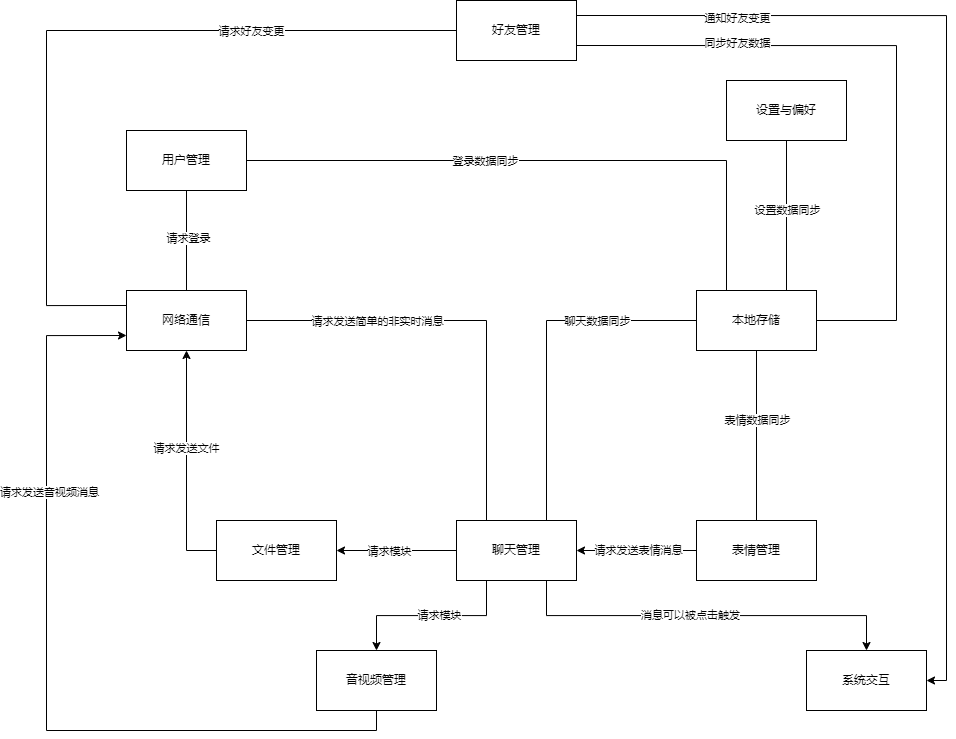
Before: resource/struct.png, a diagram exported from draw.io (somethinggo/QQ). Source tidied: cells renumbered, new cells last; positions are measured from the earlier drawing's top-left corner, leaving out a move shared by most shapes.
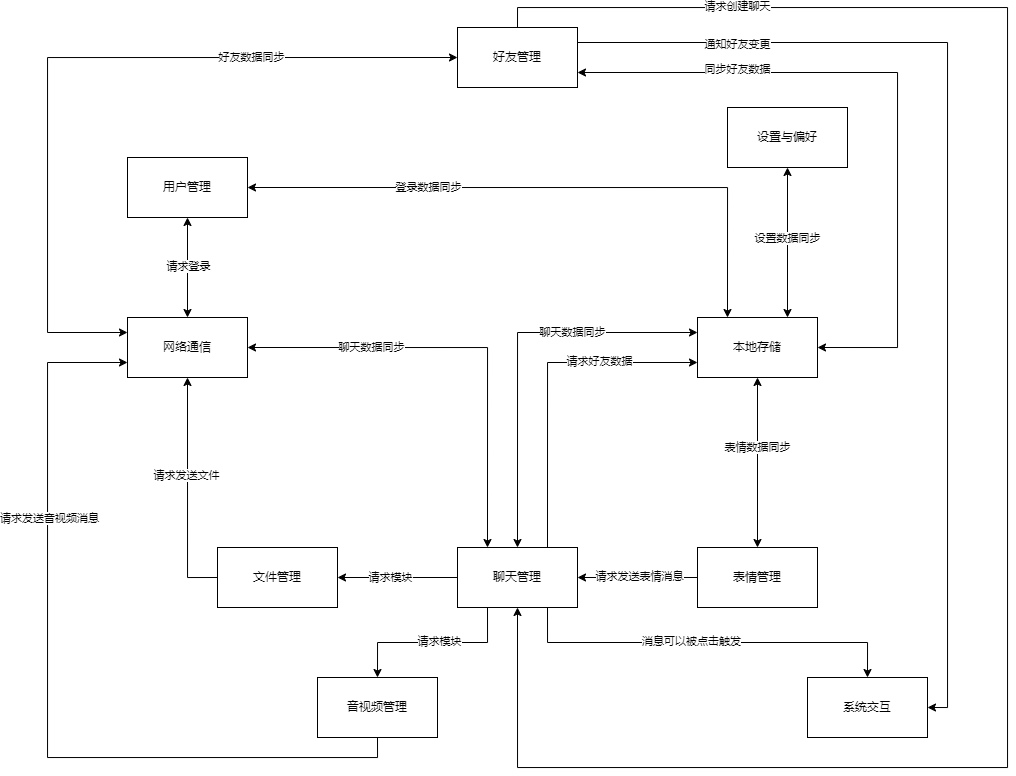
The same file after the commit.

Change to the diagram source:
```diff
@@ -5,22 +5,24 @@
     <mxCell id="2" value="网络通信" style="rounded=0;whiteSpace=wrap;html=1;" parent="1" vertex="1">
       <mxGeometry x="80" y="290" width="120" height="60" as="geometry" />
     </mxCell>
-    <mxCell id="3" style="edgeStyle=orthogonalEdgeStyle;rounded=0;jettySize=auto;html=1;exitX=0.75;exitY=0;exitDx=0;exitDy=0;entryX=0;entryY=0.5;entryDx=0;entryDy=0;endArrow=none;endFill=0;" parent="1" edge="1" source="13" target="20">
-      <mxGeometry relative="1" as="geometry" />
+    <mxCell id="3" style="edgeStyle=orthogonalEdgeStyle;rounded=0;jettySize=auto;html=1;exitX=0.5;exitY=0;exitDx=0;exitDy=0;entryX=0;entryY=0.25;entryDx=0;entryDy=0;endArrow=classic;endFill=1;strokeColor=default;startArrow=classic;startFill=1;" parent="1" edge="1" source="13" target="20">
+      <mxGeometry relative="1" as="geometry">
+        <Array as="points">
+          <mxPoint x="470" y="305" />
+        </Array>
+      </mxGeometry>
     </mxCell>
     <mxCell id="4" value="聊天数据同步" style="edgeLabel;html=1;align=center;verticalAlign=middle;" parent="3" vertex="1">
       <mxGeometry x="0.09" y="3" relative="1" as="geometry">
-        <mxPoint x="53" y="-9" as="offset" />
+        <mxPoint x="55" y="3" as="offset" />
       </mxGeometry>
     </mxCell>
-    <mxCell id="5" style="edgeStyle=orthogonalEdgeStyle;rounded=0;jettySize=auto;html=1;exitX=0.25;exitY=0;exitDx=0;exitDy=0;entryX=1;entryY=0.5;entryDx=0;entryDy=0;endArrow=none;endFill=0;" parent="1" edge="1" source="13" target="2">
+    <mxCell id="5" style="edgeStyle=orthogonalEdgeStyle;rounded=0;jettySize=auto;html=1;exitX=0.25;exitY=0;exitDx=0;exitDy=0;entryX=1;entryY=0.5;entryDx=0;entryDy=0;endArrow=classic;endFill=1;startArrow=classic;startFill=1;" parent="1" edge="1" source="13" target="2">
       <mxGeometry relative="1" as="geometry" />
     </mxCell>
-    <mxCell id="6" value="请求发送简单的非实时消息" style="edgeLabel;html=1;align=center;verticalAlign=middle;" parent="5" vertex="1">
-      <mxGeometry x="0.31" y="-2" relative="1" as="geometry">
-        <mxPoint x="-22" y="2" as="offset" />
-      </mxGeometry>
-    </mxCell>
+    <mxCell id="42" value="聊天数据同步" style="edgeLabel;html=1;align=center;verticalAlign=middle;" parent="5" vertex="1">
+      <mxGeometry x="0.44" relative="1" as="geometry" />
+    </mxCell>
     <mxCell id="7" style="edgeStyle=orthogonalEdgeStyle;rounded=0;jettySize=auto;html=1;exitX=0.25;exitY=1;exitDx=0;exitDy=0;entryX=0.5;entryY=0;entryDx=0;entryDy=0;" parent="1" edge="1" source="13" target="16">
       <mxGeometry relative="1" as="geometry" />
     </mxCell>
@@ -39,6 +41,12 @@
     <mxCell id="12" value="消息可以被点击触发" style="edgeLabel;html=1;align=center;verticalAlign=middle;" parent="11" vertex="1">
       <mxGeometry x="-0.08" y="1" relative="1" as="geometry" />
     </mxCell>
+    <mxCell id="43" style="edgeStyle=orthogonalEdgeStyle;rounded=0;jettySize=auto;html=1;exitX=0.75;exitY=0;exitDx=0;exitDy=0;entryX=0;entryY=0.75;entryDx=0;entryDy=0;" parent="1" edge="1" source="13" target="20">
+      <mxGeometry relative="1" as="geometry" />
+    </mxCell>
+    <mxCell id="44" value="请求好友数据" style="edgeLabel;html=1;align=center;verticalAlign=middle;" parent="43" vertex="1">
+      <mxGeometry x="0.42" y="1" relative="1" as="geometry" />
+    </mxCell>
     <mxCell id="13" value="聊天管理" style="rounded=0;whiteSpace=wrap;html=1;" parent="1" vertex="1">
       <mxGeometry x="410" y="520" width="120" height="60" as="geometry" />
     </mxCell>
@@ -75,7 +83,7 @@
     <mxCell id="22" value="请求发送表情消息" style="edgeLabel;html=1;align=center;verticalAlign=middle;" parent="21" vertex="1">
       <mxGeometry x="-0.03" y="-1" relative="1" as="geometry" />
     </mxCell>
-    <mxCell id="23" style="edgeStyle=orthogonalEdgeStyle;rounded=0;jettySize=auto;html=1;entryX=0.5;entryY=1;entryDx=0;entryDy=0;endArrow=none;endFill=0;exitX=0.5;exitY=0;exitDx=0;exitDy=0;" parent="1" edge="1" source="25" target="20">
+    <mxCell id="23" style="edgeStyle=orthogonalEdgeStyle;rounded=0;jettySize=auto;html=1;entryX=0.5;entryY=1;entryDx=0;entryDy=0;endArrow=classic;endFill=1;exitX=0.5;exitY=0;exitDx=0;exitDy=0;startArrow=classic;startFill=1;" parent="1" edge="1" source="25" target="20">
       <mxGeometry relative="1" as="geometry" />
     </mxCell>
     <mxCell id="24" value="表情数据同步" style="edgeLabel;html=1;align=center;verticalAlign=middle;" parent="23" vertex="1">
@@ -89,7 +97,7 @@
     <mxCell id="26" value="系统交互" style="rounded=0;whiteSpace=wrap;html=1;" parent="1" vertex="1">
       <mxGeometry x="760" y="650" width="120" height="60" as="geometry" />
     </mxCell>
-    <mxCell id="27" style="edgeStyle=orthogonalEdgeStyle;rounded=0;jettySize=auto;html=1;exitX=0.5;exitY=1;exitDx=0;exitDy=0;entryX=0.75;entryY=0;entryDx=0;entryDy=0;endArrow=none;endFill=0;" parent="1" edge="1" source="29" target="20">
+    <mxCell id="27" style="edgeStyle=orthogonalEdgeStyle;rounded=0;jettySize=auto;html=1;exitX=0.5;exitY=1;exitDx=0;exitDy=0;entryX=0.75;entryY=0;entryDx=0;entryDy=0;endArrow=classic;endFill=1;startArrow=classic;startFill=1;" parent="1" edge="1" source="29" target="20">
       <mxGeometry relative="1" as="geometry" />
     </mxCell>
     <mxCell id="28" value="设置数据同步" style="edgeLabel;html=1;align=center;verticalAlign=middle;" parent="27" vertex="1">
@@ -100,24 +108,24 @@
     <mxCell id="29" value="设置与偏好" style="rounded=0;whiteSpace=wrap;html=1;" parent="1" vertex="1">
       <mxGeometry x="680" y="80" width="120" height="60" as="geometry" />
     </mxCell>
-    <mxCell id="30" style="edgeStyle=orthogonalEdgeStyle;rounded=0;jettySize=auto;html=1;exitX=0.5;exitY=1;exitDx=0;exitDy=0;entryX=0.5;entryY=0;entryDx=0;entryDy=0;endArrow=none;endFill=0;" parent="1" edge="1" source="34" target="2">
+    <mxCell id="30" style="edgeStyle=orthogonalEdgeStyle;rounded=0;jettySize=auto;html=1;exitX=0.5;exitY=1;exitDx=0;exitDy=0;entryX=0.5;entryY=0;entryDx=0;entryDy=0;endArrow=classic;endFill=1;startArrow=classic;startFill=1;" parent="1" edge="1" source="34" target="2">
       <mxGeometry relative="1" as="geometry" />
     </mxCell>
     <mxCell id="31" value="请求登录" style="edgeLabel;html=1;align=center;verticalAlign=middle;" parent="30" vertex="1">
       <mxGeometry x="-0.03" y="1" relative="1" as="geometry" />
     </mxCell>
-    <mxCell id="32" style="edgeStyle=orthogonalEdgeStyle;rounded=0;jettySize=auto;html=1;exitX=1;exitY=0.5;exitDx=0;exitDy=0;entryX=0.25;entryY=0;entryDx=0;entryDy=0;endArrow=none;endFill=0;" parent="1" edge="1" source="34" target="20">
+    <mxCell id="32" style="edgeStyle=orthogonalEdgeStyle;rounded=0;jettySize=auto;html=1;exitX=1;exitY=0.5;exitDx=0;exitDy=0;entryX=0.25;entryY=0;entryDx=0;entryDy=0;endArrow=classic;endFill=1;startArrow=classic;startFill=1;" parent="1" edge="1" source="34" target="20">
       <mxGeometry relative="1" as="geometry" />
     </mxCell>
     <mxCell id="33" value="登录数据同步" style="edgeLabel;html=1;align=center;verticalAlign=middle;" parent="32" vertex="1">
       <mxGeometry x="-0.22" y="2" relative="1" as="geometry">
-        <mxPoint y="2" as="offset" />
+        <mxPoint x="-58" y="2" as="offset" />
       </mxGeometry>
     </mxCell>
     <mxCell id="34" value="用户管理" style="rounded=0;whiteSpace=wrap;html=1;" parent="1" vertex="1">
       <mxGeometry x="80" y="130" width="120" height="60" as="geometry" />
     </mxCell>
-    <mxCell id="35" style="edgeStyle=orthogonalEdgeStyle;rounded=0;jettySize=auto;html=1;exitX=0;exitY=0.5;exitDx=0;exitDy=0;entryX=0;entryY=0.25;entryDx=0;entryDy=0;endArrow=none;endFill=0;" parent="1" edge="1" source="41" target="2">
+    <mxCell id="35" style="edgeStyle=orthogonalEdgeStyle;rounded=0;jettySize=auto;html=1;exitX=0;exitY=0.5;exitDx=0;exitDy=0;entryX=0;entryY=0.25;entryDx=0;entryDy=0;endArrow=classic;endFill=1;startArrow=classic;startFill=1;" parent="1" edge="1" source="41" target="2">
       <mxGeometry relative="1" as="geometry">
         <Array as="points">
           <mxPoint y="30" />
@@ -125,10 +133,10 @@
         </Array>
       </mxGeometry>
     </mxCell>
-    <mxCell id="36" value="请求好友变更" style="edgeLabel;html=1;align=center;verticalAlign=middle;" parent="35" vertex="1">
+    <mxCell id="36" value="好友数据同步" style="edgeLabel;html=1;align=center;verticalAlign=middle;" parent="35" vertex="1">
       <mxGeometry x="-0.46" relative="1" as="geometry" />
     </mxCell>
-    <mxCell id="37" style="edgeStyle=orthogonalEdgeStyle;rounded=0;jettySize=auto;html=1;exitX=1;exitY=0.75;exitDx=0;exitDy=0;entryX=1;entryY=0.5;entryDx=0;entryDy=0;endArrow=none;endFill=0;" parent="1" edge="1" source="41" target="20">
+    <mxCell id="37" style="edgeStyle=orthogonalEdgeStyle;rounded=0;jettySize=auto;html=1;exitX=1;exitY=0.75;exitDx=0;exitDy=0;entryX=1;entryY=0.5;entryDx=0;entryDy=0;endArrow=classic;endFill=1;startArrow=classic;startFill=1;" parent="1" edge="1" source="41" target="20">
       <mxGeometry relative="1" as="geometry">
         <Array as="points">
           <mxPoint x="850" y="45" />
@@ -147,6 +155,19 @@
         <mxPoint x="3" as="offset" />
       </mxGeometry>
     </mxCell>
+    <mxCell id="45" style="edgeStyle=orthogonalEdgeStyle;rounded=0;jettySize=auto;html=1;exitX=0.5;exitY=0;exitDx=0;exitDy=0;entryX=0.5;entryY=1;entryDx=0;entryDy=0;" parent="1" edge="1" source="41" target="13">
+      <mxGeometry relative="1" as="geometry">
+        <Array as="points">
+          <mxPoint x="470" y="-20" />
+          <mxPoint x="960" y="-20" />
+          <mxPoint x="960" y="740" />
+          <mxPoint x="470" y="740" />
+        </Array>
+      </mxGeometry>
+    </mxCell>
+    <mxCell id="46" value="请求创建聊天" style="edgeLabel;html=1;align=center;verticalAlign=middle;" parent="45" vertex="1">
+      <mxGeometry x="-0.75" y="1" relative="1" as="geometry" />
+    </mxCell>
     <mxCell id="41" value="好友管理" style="rounded=0;whiteSpace=wrap;html=1;" parent="1" vertex="1">
       <mxGeometry x="410" width="120" height="60" as="geometry" />
     </mxCell>
```
